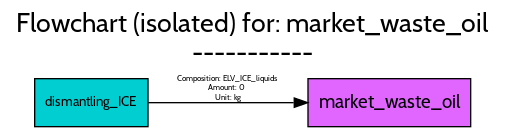
FutuRaM-Project/Recovery-Model keeps this Graphviz diagram as src/examples/ELV/figures/flowcharts/processes/png/market_waste_oil.png. Above is the earlier version. Its source is kept beside it as src/examples/ELV/figures/flowcharts/processes/dot/market_waste_oil.dot.
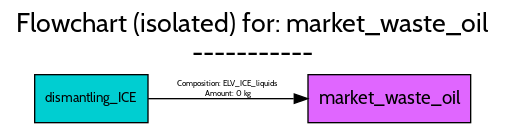
After the commit.

Change to the diagram source:
```diff
@@ -1,5 +1,5 @@
 digraph {
-	graph [bb="0,0,371,91",
+	graph [bb="0,0,371,88",
 		font=Cabin,
 		fontname=Cabin,
 		fontsize=20,
@@ -8,7 +8,7 @@
 		labeljust=c,
 		labelloc=tc,
 		lheight=0.61,
-		lp="185.5,65",
+		lp="185.5,62",
 		lwidth=4.93,
 		nodesep=0.6,
 		rankdir=LR,
@@ -35,8 +35,7 @@
 		fontname=Cabin,
 		fontsize=6,
 		label="Composition: ELV_ICE_liquids
-Amount: 0
-Unit: kg",
-		lp="167,28.5",
+Amount: 0 kg",
+		lp="167,25",
 		pos="e,226.71,18 107.16,18 137.84,18 180.31,18 216.26,18"];
 }
```
